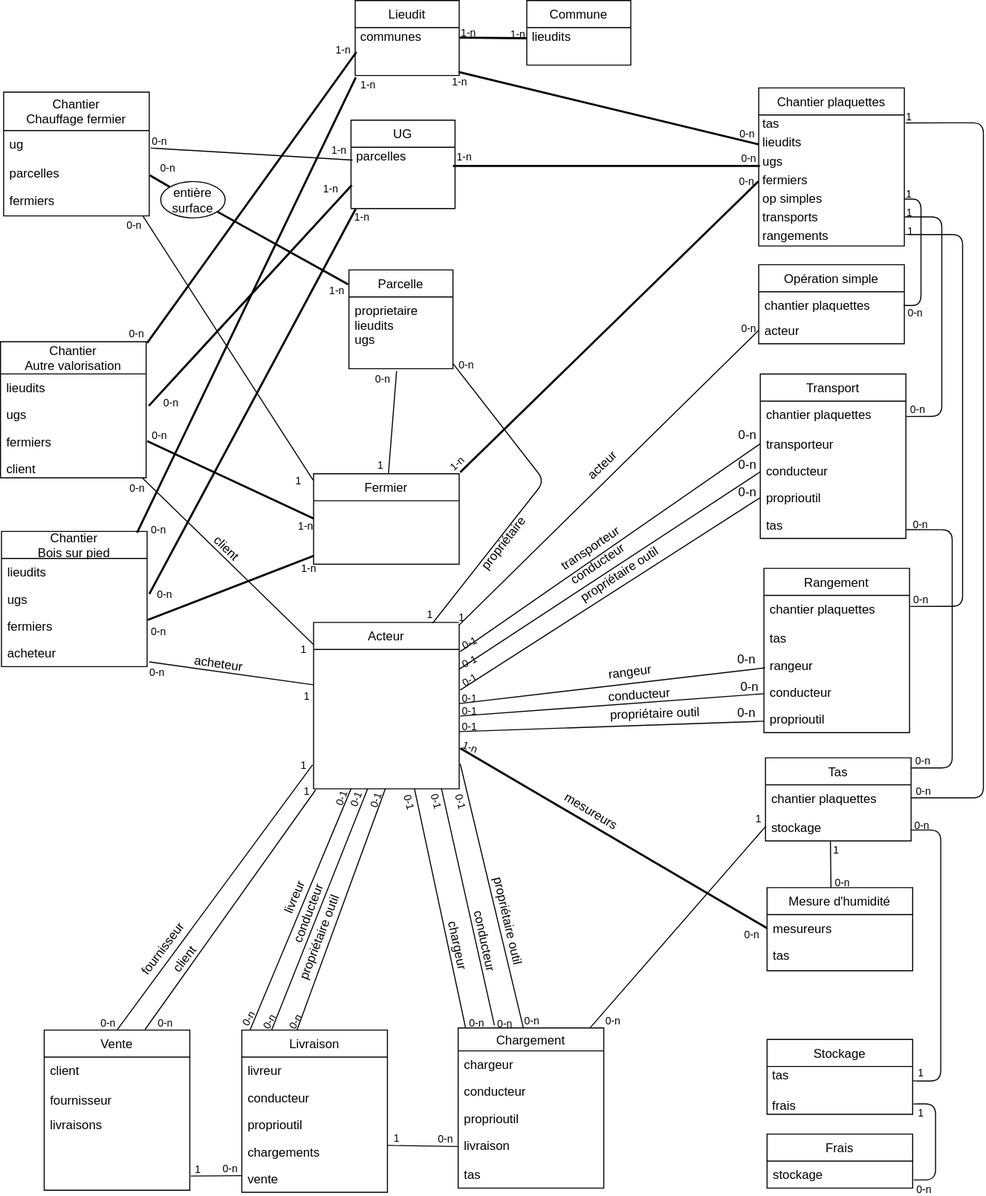
The draw.io diagram docs/mcd-bdl.svg in bdlarzac/chantiers, before a commit. Source tidied: cells renumbered, new cells last; positions are measured from the earlier drawing's top-left corner, leaving out a move shared by most shapes.
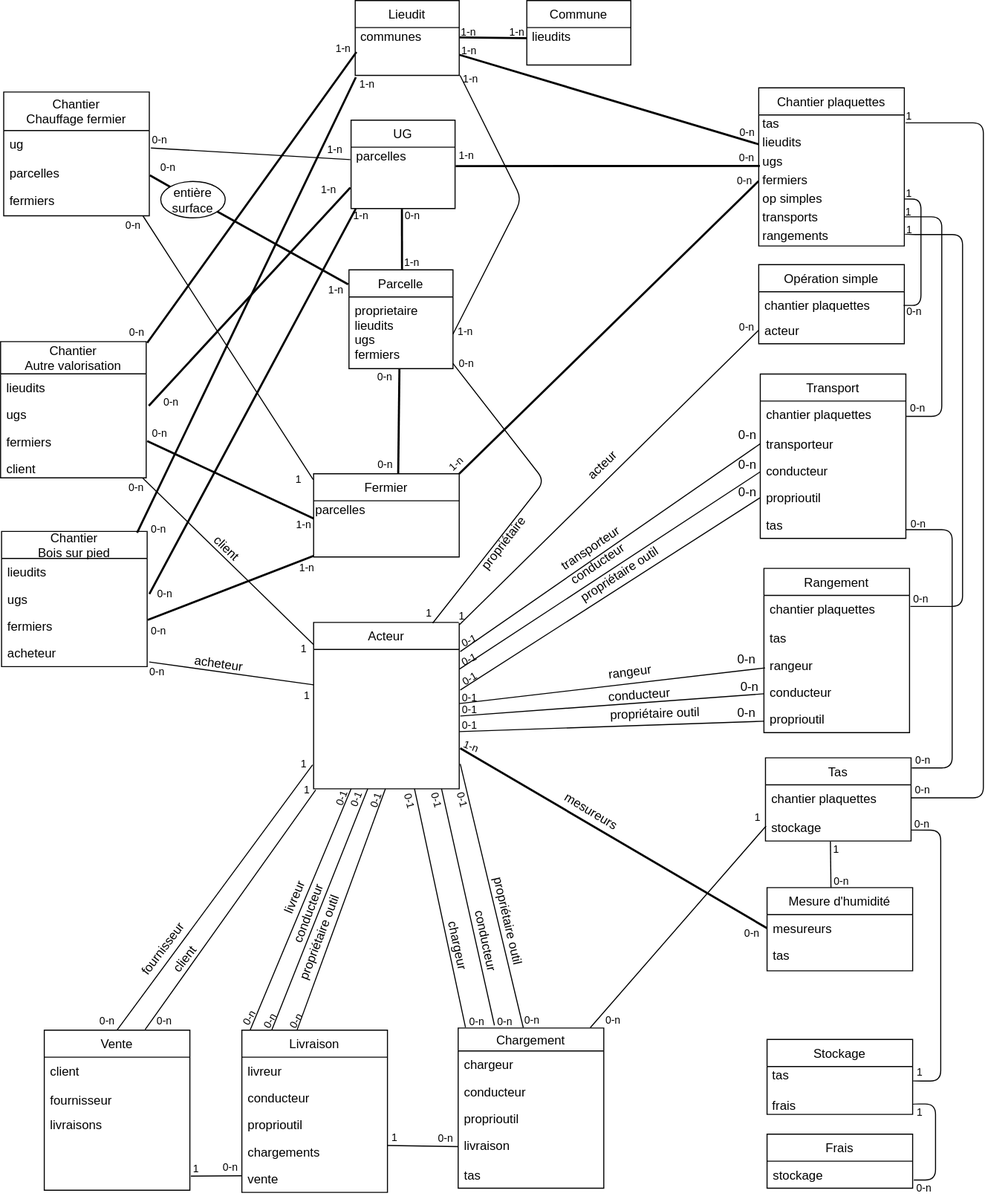
Above is the later version.

Diff of the diagram source:
```diff
@@ -104,12 +104,12 @@
         <mxPoint x="15.5" y="18.1" as="offset" />
       </mxGeometry>
     </mxCell>
-    <mxCell id="24" style="endArrow=none;html=1;strokeWidth=1;entryX=0.458;entryY=1.034;entryDx=0;entryDy=0;entryPerimeter=0;exitX=0.514;exitY=0.004;exitDx=0;exitDy=0;exitPerimeter=0;" parent="1" edge="1" source="224" target="149">
+    <mxCell id="24" style="endArrow=none;html=1;strokeWidth=2;entryX=0.485;entryY=1.001;entryDx=0;entryDy=0;entryPerimeter=0;exitX=0.581;exitY=-0.005;exitDx=0;exitDy=0;exitPerimeter=0;" parent="1" edge="1" source="224" target="149">
       <mxGeometry relative="1" as="geometry" />
     </mxCell>
-    <mxCell id="25" value="1" style="html=1;align=left;verticalAlign=bottom;labelBackgroundColor=none;fontSize=10;" parent="24" vertex="1">
+    <mxCell id="25" value="0-n" style="html=1;align=left;verticalAlign=bottom;labelBackgroundColor=none;fontSize=10;" parent="24" vertex="1">
       <mxGeometry x="-1" relative="1" as="geometry">
-        <mxPoint x="-12.3" y="-1" as="offset" />
+        <mxPoint x="-21.3" y="0.4" as="offset" />
       </mxGeometry>
     </mxCell>
     <mxCell id="26" value="0-n" style="html=1;align=right;verticalAlign=bottom;labelBackgroundColor=#ffffff;fontSize=10;" parent="24" vertex="1">
@@ -117,10 +117,8 @@
         <mxPoint x="-6.1" y="16.1" as="offset" />
       </mxGeometry>
     </mxCell>
-    <mxCell id="27" style="endArrow=none;html=1;strokeWidth=2;entryX=0.008;entryY=0.724;entryDx=0;entryDy=0;entryPerimeter=0;" parent="1" edge="1" target="197">
-      <mxGeometry relative="1" as="geometry">
-        <mxPoint x="435" y="159" as="sourcePoint" />
-      </mxGeometry>
+    <mxCell id="27" style="endArrow=none;html=1;strokeWidth=2;entryX=0.008;entryY=0.724;entryDx=0;entryDy=0;entryPerimeter=0;exitX=1.006;exitY=0.309;exitDx=0;exitDy=0;exitPerimeter=0;" parent="1" edge="1" source="151" target="197">
+      <mxGeometry relative="1" as="geometry" />
     </mxCell>
     <mxCell id="28" value="1-n" style="html=1;align=left;verticalAlign=bottom;labelBackgroundColor=#ffffff;fontSize=10;" parent="27" vertex="1">
       <mxGeometry x="-1" relative="1" as="geometry">
@@ -147,7 +145,7 @@
         <mxPoint x="-1.1" y="14.3" as="offset" />
       </mxGeometry>
     </mxCell>
-    <mxCell id="33" style="endArrow=none;html=1;strokeWidth=1;exitX=1.011;exitY=0.599;exitDx=0;exitDy=0;exitPerimeter=0;entryX=0.015;entryY=0.21;entryDx=0;entryDy=0;entryPerimeter=0;" parent="1" edge="1" source="140" target="151">
+    <mxCell id="33" style="endArrow=none;html=1;strokeWidth=1;exitX=1.011;exitY=0.599;exitDx=0;exitDy=0;exitPerimeter=0;entryX=-0.007;entryY=0.203;entryDx=0;entryDy=0;entryPerimeter=0;" parent="1" edge="1" source="140" target="151">
       <mxGeometry relative="1" as="geometry" />
     </mxCell>
     <mxCell id="34" value="0-n" style="html=1;align=left;verticalAlign=bottom;labelBackgroundColor=#ffffff;fontSize=10;" parent="33" vertex="1">
@@ -390,7 +388,7 @@
         <mxPoint x="-5" y="5.2" as="offset" />
       </mxGeometry>
     </mxCell>
-    <mxCell id="87" style="endArrow=none;html=1;strokeWidth=2;entryX=0.994;entryY=0.927;entryDx=0;entryDy=0;entryPerimeter=0;exitX=0;exitY=0.57;exitDx=0;exitDy=0;exitPerimeter=0;" parent="1" edge="1" source="196" target="153">
+    <mxCell id="87" style="endArrow=none;html=1;strokeWidth=2;entryX=1.001;entryY=0.569;entryDx=0;entryDy=0;entryPerimeter=0;exitX=0;exitY=0.57;exitDx=0;exitDy=0;exitPerimeter=0;" parent="1" edge="1" source="196" target="153">
       <mxGeometry relative="1" as="geometry" />
     </mxCell>
     <mxCell id="88" value="0-n" style="html=1;align=left;verticalAlign=bottom;labelBackgroundColor=none;fontSize=10;" parent="87" vertex="1">
@@ -400,7 +398,7 @@
     </mxCell>
     <mxCell id="89" value="1-n" style="html=1;align=right;verticalAlign=bottom;labelBackgroundColor=none;fontSize=10;direction=south;" parent="87" vertex="1">
       <mxGeometry x="1" relative="1" as="geometry">
-        <mxPoint x="8.4" y="17.3" as="offset" />
+        <mxPoint x="18" y="4.8" as="offset" />
       </mxGeometry>
     </mxCell>
     <mxCell id="90" style="endArrow=none;html=1;rounded=0;entryX=0;entryY=0.5;entryDx=0;entryDy=0;" parent="1" edge="1" target="184">
@@ -543,7 +541,7 @@
     <mxCell id="121" value="propriétaire outil" style="text;html=1;strokeColor=none;fillColor=none;align=center;verticalAlign=middle;whiteSpace=wrap;rounded=0;rotation=77;" parent="1" vertex="1">
       <mxGeometry x="423" y="877.5" width="129" height="16" as="geometry" />
     </mxCell>
-    <mxCell id="122" style="endArrow=none;html=1;exitX=1.007;exitY=-0.016;exitDx=0;exitDy=0;exitPerimeter=0;strokeWidth=2;entryX=-0.001;entryY=0.536;entryDx=0;entryDy=0;entryPerimeter=0;" parent="1" edge="1" source="224" target="198">
+    <mxCell id="122" style="endArrow=none;html=1;exitX=1;exitY=0.001;exitDx=0;exitDy=0;exitPerimeter=0;strokeWidth=2;entryX=-0.001;entryY=0.536;entryDx=0;entryDy=0;entryPerimeter=0;" parent="1" edge="1" source="224" target="198">
       <mxGeometry relative="1" as="geometry" />
     </mxCell>
     <mxCell id="123" value="1-n" style="html=1;align=left;verticalAlign=bottom;labelBackgroundColor=none;fontSize=10;rotation=317;" parent="122" vertex="1">
@@ -649,7 +647,7 @@
     <mxCell id="148" value="Parcelle" style="swimlane;fontStyle=0;horizontal=1;startSize=26;fillColor=none;" parent="1" vertex="1">
       <mxGeometry x="335" y="259" width="100" height="95" as="geometry" />
     </mxCell>
-    <mxCell id="149" value="proprietaire&#10;lieudits&#10;ugs" style="text;strokeColor=none;fillColor=none;align=left;verticalAlign=top;spacingLeft=4;spacingRight=4;overflow=hidden;points=[[0,0.5],[1,0.5]];portConstraint=eastwest;" parent="148" vertex="1">
+    <mxCell id="149" value="proprietaire&#10;lieudits&#10;ugs&#10;fermiers" style="text;strokeColor=none;fillColor=none;align=left;verticalAlign=top;spacingLeft=4;spacingRight=4;overflow=hidden;points=[[0,0.5],[1,0.5]];portConstraint=eastwest;" parent="148" vertex="1">
       <mxGeometry y="26" width="100" height="69" as="geometry" />
     </mxCell>
     <mxCell id="150" value="UG" style="swimlane;fontStyle=0;horizontal=1;startSize=26;fillColor=none;" parent="1" vertex="1">
@@ -673,7 +671,7 @@
     <mxCell id="156" value="&amp;nbsp;&amp;nbsp;" style="text;html=1;align=left;verticalAlign=middle;" parent="154" vertex="1">
       <mxGeometry y="44" width="100" height="18" as="geometry" />
     </mxCell>
-    <mxCell id="157" style="endArrow=none;html=1;strokeWidth=2;exitX=1.018;exitY=0.181;exitDx=0;exitDy=0;exitPerimeter=0;entryX=0.007;entryY=0.619;entryDx=0;entryDy=0;entryPerimeter=0;" parent="1" edge="1" source="145" target="151">
+    <mxCell id="157" style="endArrow=none;html=1;strokeWidth=2;exitX=1.018;exitY=0.181;exitDx=0;exitDy=0;exitPerimeter=0;entryX=-0.007;entryY=0.659;entryDx=0;entryDy=0;entryPerimeter=0;" parent="1" edge="1" source="145" target="151">
       <mxGeometry relative="1" as="geometry" />
     </mxCell>
     <mxCell id="158" value="0-n" style="html=1;align=left;verticalAlign=bottom;labelBackgroundColor=#ffffff;fontSize=10;" parent="157" vertex="1">
@@ -901,8 +899,17 @@
       <mxGeometry x="348" y="762" width="25" height="16" as="geometry" />
     </mxCell>
     <mxCell id="224" value="Fermier" style="swimlane;fontStyle=0;horizontal=1;startSize=26;fillColor=none;" parent="1" vertex="1">
-      <mxGeometry x="301" y="455" width="140" height="87" as="geometry" />
+      <mxGeometry x="301" y="455" width="140" height="80" as="geometry" />
     </mxCell>
+    <mxCell id="229" value="parcelles" style="text;html=1;align=left;verticalAlign=middle;" parent="224" vertex="1">
+      <mxGeometry y="26" width="140" height="18" as="geometry" />
+    </mxCell>
+    <mxCell id="230" value="&amp;nbsp; &amp;nbsp;" style="text;html=1;align=left;verticalAlign=middle;" parent="224" vertex="1">
+      <mxGeometry y="44" width="140" height="18" as="geometry" />
+    </mxCell>
+    <mxCell id="231" value="&amp;nbsp; &amp;nbsp;" style="text;html=1;align=left;verticalAlign=middle;" parent="224" vertex="1">
+      <mxGeometry y="62" width="140" height="18" as="geometry" />
+    </mxCell>
     <mxCell id="225" value="Stockage" style="swimlane;fontStyle=0;horizontal=1;startSize=26;fillColor=none;" parent="1" vertex="1">
       <mxGeometry x="737" y="999" width="140" height="72" as="geometry" />
     </mxCell>
@@ -915,5 +922,36 @@
     <mxCell id="228" value="stockage" style="text;strokeColor=none;fillColor=none;align=left;verticalAlign=top;spacingLeft=4;spacingRight=4;overflow=hidden;points=[[0,0.5],[1,0.5]];portConstraint=eastwest;" parent="227" vertex="1">
       <mxGeometry y="26" width="140" height="26" as="geometry" />
     </mxCell>
+    <mxCell id="232" style="endArrow=none;html=1;strokeWidth=2;entryX=0.51;entryY=-0.005;entryDx=0;entryDy=0;entryPerimeter=0;exitX=0.489;exitY=1.007;exitDx=0;exitDy=0;exitPerimeter=0;" parent="1" edge="1" source="151" target="148">
+      <mxGeometry relative="1" as="geometry" />
+    </mxCell>
+    <mxCell id="233" value="0-n" style="html=1;align=left;verticalAlign=bottom;labelBackgroundColor=#ffffff;fontSize=10;" parent="232" vertex="1">
+      <mxGeometry x="-1" relative="1" as="geometry">
+        <mxPoint x="1.1" y="15.6" as="offset" />
+      </mxGeometry>
+    </mxCell>
+    <mxCell id="234" value="1-n" style="html=1;align=right;verticalAlign=bottom;labelBackgroundColor=none;fontSize=10;" parent="232" vertex="1">
+      <mxGeometry x="1" relative="1" as="geometry">
+        <mxPoint x="18" y="2.5" as="offset" />
+      </mxGeometry>
+    </mxCell>
+    <mxCell id="235" style="endArrow=none;html=1;exitX=0.818;exitY=0.004;exitDx=0;exitDy=0;exitPerimeter=0;entryX=1.008;entryY=1;entryDx=0;entryDy=0;entryPerimeter=0;" parent="1" edge="1" target="153">
+      <mxGeometry relative="1" as="geometry">
+        <mxPoint x="435" y="320.7" as="sourcePoint" />
+        <Array as="points">
+          <mxPoint x="501" y="191" />
+        </Array>
+      </mxGeometry>
+    </mxCell>
+    <mxCell id="236" value="1-n" style="html=1;align=left;verticalAlign=bottom;labelBackgroundColor=none;fontSize=10;" parent="1" vertex="1">
+      <mxGeometry x="436" y="328" as="geometry">
+        <mxPoint x="1.7" y="-1" as="offset" />
+      </mxGeometry>
+    </mxCell>
+    <mxCell id="237" value="1-n" style="html=1;align=left;verticalAlign=bottom;labelBackgroundColor=none;fontSize=10;" parent="1" vertex="1">
+      <mxGeometry x="441" y="85" as="geometry">
+        <mxPoint x="1.7" y="-1" as="offset" />
+      </mxGeometry>
+    </mxCell>
   </root>
 </mxGraphModel>
```
